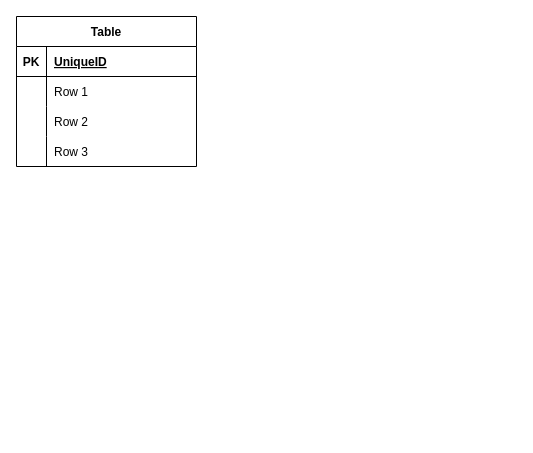
This is ER.drawio from nishimiyu0313/yamadamiyu-checktest1, a draw.io file, before an edit. Source tidied: cells renumbered, new cells numbered last; positions are measured from the earlier drawing's top-left corner, leaving out a move shared by most shapes. Both pictures are drawn from the tidied source at 100%, with x=0, y=0 at pixel (16, 16).
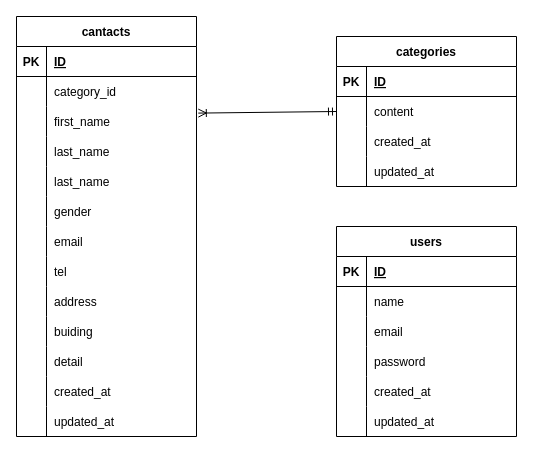
After the change.

Commit message (it also covers changes not shown here):
readmeファイルの変更

Unchanged cells that the change refers to:
```xml
<mxCell id="3" style="shape=tableRow;horizontal=0;startSize=0;swimlaneHead=0;swimlaneBody=0;fillColor=none;top=0;left=0;right=0;bottom=1;" parent="2" vertex="1">
  <mxGeometry y="30" width="180" height="30" as="geometry" />
</mxCell>
<mxCell id="6" style="shape=tableRow;horizontal=0;startSize=0;swimlaneHead=0;swimlaneBody=0;fillColor=none;top=0;left=0;right=0;bottom=0;" parent="2" vertex="1">
  <mxGeometry y="60" width="180" height="30" as="geometry" />
</mxCell>
<mxCell id="9" style="shape=tableRow;horizontal=0;startSize=0;swimlaneHead=0;swimlaneBody=0;fillColor=none;points=[[0,0.5],[1,0.5]];portConstraint=eastwest;top=0;left=0;right=0;bottom=0;" parent="2" vertex="1">
  <mxGeometry y="90" width="180" height="30" as="geometry" />
</mxCell>
<mxCell id="12" style="shape=tableRow;horizontal=0;startSize=0;swimlaneHead=0;swimlaneBody=0;fillColor=none;top=0;left=0;right=0;bottom=0;" parent="2" vertex="1">
  <mxGeometry y="120" width="180" height="30" as="geometry" />
</mxCell>
```

What changed in the source:
```diff
@@
-    <mxCell id="2" value="Table" style="shape=table;startSize=30;childLayout=tableLayout;rowLines=0;fontStyle=1;align=center;" parent="1" vertex="1">
-      <mxGeometry width="180" height="150" as="geometry" />
+    <mxCell id="2" value="cantacts" style="shape=table;startSize=30;childLayout=tableLayout;rowLines=0;fontStyle=1;align=center;" parent="1" vertex="1">
+      <mxGeometry width="180" height="420" as="geometry" />
     </mxCell>
@@
-    <mxCell id="5" value="UniqueID" style="shape=partialRectangle;fillColor=none;top=0;left=0;bottom=0;right=0;align=left;spacingLeft=6;fontStyle=5;overflow=hidden;" parent="3" vertex="1">
+    <mxCell id="5" value="ID" style="shape=partialRectangle;fillColor=none;top=0;left=0;bottom=0;right=0;align=left;spacingLeft=6;fontStyle=5;overflow=hidden;" parent="3" vertex="1">
       <mxGeometry x="30" width="150" height="30" as="geometry" />
     </mxCell>
@@
-    <mxCell id="8" value="Row 1" style="shape=partialRectangle;fillColor=none;top=0;left=0;bottom=0;right=0;align=left;spacingLeft=6;overflow=hidden;" parent="6" vertex="1">
+    <mxCell id="8" value="category_id" style="shape=partialRectangle;fillColor=none;top=0;left=0;bottom=0;right=0;align=left;spacingLeft=6;overflow=hidden;" parent="6" vertex="1">
       <mxGeometry x="30" width="150" height="30" as="geometry" />
     </mxCell>
@@
-    <mxCell id="11" value="Row 2" style="shape=partialRectangle;fillColor=none;top=0;left=0;bottom=0;right=0;align=left;spacingLeft=6;overflow=hidden;" parent="9" vertex="1">
+    <mxCell id="11" value="first_name" style="shape=partialRectangle;fillColor=none;top=0;left=0;bottom=0;right=0;align=left;spacingLeft=6;overflow=hidden;" parent="9" vertex="1">
       <mxGeometry x="30" width="150" height="30" as="geometry" />
     </mxCell>
@@
-    <mxCell id="14" value="Row 3" style="shape=partialRectangle;fillColor=none;top=0;left=0;bottom=0;right=0;align=left;spacingLeft=6;overflow=hidden;" parent="12" vertex="1">
+    <mxCell id="14" value="last_name" style="shape=partialRectangle;fillColor=none;top=0;left=0;bottom=0;right=0;align=left;spacingLeft=6;overflow=hidden;" parent="12" vertex="1">
       <mxGeometry x="30" width="150" height="30" as="geometry" />
     </mxCell>
+    <mxCell id="15" style="shape=tableRow;horizontal=0;startSize=0;swimlaneHead=0;swimlaneBody=0;fillColor=none;top=0;left=0;right=0;bottom=0;" parent="2" vertex="1">
+      <mxGeometry y="150" width="180" height="30" as="geometry" />
+    </mxCell>
+    <mxCell id="16" style="shape=partialRectangle;fillColor=none;top=0;left=0;bottom=0;right=0;overflow=hidden;" parent="15" vertex="1">
+      <mxGeometry width="30" height="30" as="geometry" />
+    </mxCell>
+    <mxCell id="17" value="last_name" style="shape=partialRectangle;fillColor=none;top=0;left=0;bottom=0;right=0;align=left;spacingLeft=6;overflow=hidden;" parent="15" vertex="1">
+      <mxGeometry x="30" width="150" height="30" as="geometry" />
+    </mxCell>
+    <mxCell id="18" style="shape=tableRow;horizontal=0;startSize=0;swimlaneHead=0;swimlaneBody=0;fillColor=none;top=0;left=0;right=0;bottom=0;" parent="2" vertex="1">
+      <mxGeometry y="180" width="180" height="30" as="geometry" />
+    </mxCell>
+    <mxCell id="19" style="shape=partialRectangle;fillColor=none;top=0;left=0;bottom=0;right=0;overflow=hidden;" parent="18" vertex="1">
+      <mxGeometry width="30" height="30" as="geometry" />
+    </mxCell>
+    <mxCell id="20" value="gender" style="shape=partialRectangle;fillColor=none;top=0;left=0;bottom=0;right=0;align=left;spacingLeft=6;overflow=hidden;" parent="18" vertex="1">
+      <mxGeometry x="30" width="150" height="30" as="geometry" />
+    </mxCell>
+    <mxCell id="21" style="shape=tableRow;horizontal=0;startSize=0;swimlaneHead=0;swimlaneBody=0;fillColor=none;top=0;left=0;right=0;bottom=0;" parent="2" vertex="1">
+      <mxGeometry y="210" width="180" height="30" as="geometry" />
+    </mxCell>
+    <mxCell id="22" style="shape=partialRectangle;fillColor=none;top=0;left=0;bottom=0;right=0;overflow=hidden;" parent="21" vertex="1">
+      <mxGeometry width="30" height="30" as="geometry" />
+    </mxCell>
+    <mxCell id="23" value="email" style="shape=partialRectangle;fillColor=none;top=0;left=0;bottom=0;right=0;align=left;spacingLeft=6;overflow=hidden;" parent="21" vertex="1">
+      <mxGeometry x="30" width="150" height="30" as="geometry" />
+    </mxCell>
+    <mxCell id="24" style="shape=tableRow;horizontal=0;startSize=0;swimlaneHead=0;swimlaneBody=0;fillColor=none;top=0;left=0;right=0;bottom=0;" parent="2" vertex="1">
+      <mxGeometry y="240" width="180" height="30" as="geometry" />
+    </mxCell>
+    <mxCell id="25" style="shape=partialRectangle;fillColor=none;top=0;left=0;bottom=0;right=0;overflow=hidden;" parent="24" vertex="1">
+      <mxGeometry width="30" height="30" as="geometry" />
+    </mxCell>
+    <mxCell id="26" value="tel" style="shape=partialRectangle;fillColor=none;top=0;left=0;bottom=0;right=0;align=left;spacingLeft=6;overflow=hidden;" parent="24" vertex="1">
+      <mxGeometry x="30" width="150" height="30" as="geometry" />
+    </mxCell>
+    <mxCell id="27" style="shape=tableRow;horizontal=0;startSize=0;swimlaneHead=0;swimlaneBody=0;fillColor=none;top=0;left=0;right=0;bottom=0;" parent="2" vertex="1">
+      <mxGeometry y="270" width="180" height="30" as="geometry" />
+    </mxCell>
+    <mxCell id="28" style="shape=partialRectangle;fillColor=none;top=0;left=0;bottom=0;right=0;overflow=hidden;" parent="27" vertex="1">
+      <mxGeometry width="30" height="30" as="geometry" />
+    </mxCell>
+    <mxCell id="29" value="address" style="shape=partialRectangle;fillColor=none;top=0;left=0;bottom=0;right=0;align=left;spacingLeft=6;overflow=hidden;" parent="27" vertex="1">
+      <mxGeometry x="30" width="150" height="30" as="geometry" />
+    </mxCell>
+    <mxCell id="30" style="shape=tableRow;horizontal=0;startSize=0;swimlaneHead=0;swimlaneBody=0;fillColor=none;top=0;left=0;right=0;bottom=0;" parent="2" vertex="1">
+      <mxGeometry y="300" width="180" height="30" as="geometry" />
+    </mxCell>
+    <mxCell id="31" style="shape=partialRectangle;fillColor=none;top=0;left=0;bottom=0;right=0;overflow=hidden;" parent="30" vertex="1">
+      <mxGeometry width="30" height="30" as="geometry" />
+    </mxCell>
+    <mxCell id="32" value="buiding" style="shape=partialRectangle;fillColor=none;top=0;left=0;bottom=0;right=0;align=left;spacingLeft=6;overflow=hidden;" parent="30" vertex="1">
+      <mxGeometry x="30" width="150" height="30" as="geometry" />
+    </mxCell>
+    <mxCell id="33" style="shape=tableRow;horizontal=0;startSize=0;swimlaneHead=0;swimlaneBody=0;fillColor=none;top=0;left=0;right=0;bottom=0;" parent="2" vertex="1">
+      <mxGeometry y="330" width="180" height="30" as="geometry" />
+    </mxCell>
+    <mxCell id="34" style="shape=partialRectangle;fillColor=none;top=0;left=0;bottom=0;right=0;overflow=hidden;" parent="33" vertex="1">
+      <mxGeometry width="30" height="30" as="geometry" />
+    </mxCell>
+    <mxCell id="35" value="detail" style="shape=partialRectangle;fillColor=none;top=0;left=0;bottom=0;right=0;align=left;spacingLeft=6;overflow=hidden;" parent="33" vertex="1">
+      <mxGeometry x="30" width="150" height="30" as="geometry" />
+    </mxCell>
+    <mxCell id="36" style="shape=tableRow;horizontal=0;startSize=0;swimlaneHead=0;swimlaneBody=0;fillColor=none;top=0;left=0;right=0;bottom=0;" parent="2" vertex="1">
+      <mxGeometry y="360" width="180" height="30" as="geometry" />
+    </mxCell>
+    <mxCell id="37" style="shape=partialRectangle;fillColor=none;top=0;left=0;bottom=0;right=0;overflow=hidden;" parent="36" vertex="1">
+      <mxGeometry width="30" height="30" as="geometry" />
+    </mxCell>
+    <mxCell id="38" value="created_at" style="shape=partialRectangle;fillColor=none;top=0;left=0;bottom=0;right=0;align=left;spacingLeft=6;overflow=hidden;" parent="36" vertex="1">
+      <mxGeometry x="30" width="150" height="30" as="geometry" />
+    </mxCell>
+    <mxCell id="39" style="shape=tableRow;horizontal=0;startSize=0;swimlaneHead=0;swimlaneBody=0;fillColor=none;top=0;left=0;right=0;bottom=0;" parent="2" vertex="1">
+      <mxGeometry y="390" width="180" height="30" as="geometry" />
+    </mxCell>
+    <mxCell id="40" style="shape=partialRectangle;fillColor=none;top=0;left=0;bottom=0;right=0;overflow=hidden;" parent="39" vertex="1">
+      <mxGeometry width="30" height="30" as="geometry" />
+    </mxCell>
+    <mxCell id="41" value="updated_at" style="shape=partialRectangle;fillColor=none;top=0;left=0;bottom=0;right=0;align=left;spacingLeft=6;overflow=hidden;" parent="39" vertex="1">
+      <mxGeometry x="30" width="150" height="30" as="geometry" />
+    </mxCell>
+    <mxCell id="42" value="categories" style="shape=table;startSize=30;childLayout=tableLayout;rowLines=0;fontStyle=1;align=center;" parent="1" vertex="1">
+      <mxGeometry x="320" y="20" width="180" height="150" as="geometry" />
+    </mxCell>
+    <mxCell id="43" style="shape=tableRow;horizontal=0;startSize=0;swimlaneHead=0;swimlaneBody=0;fillColor=none;top=0;left=0;right=0;bottom=1;" parent="42" vertex="1">
+      <mxGeometry y="30" width="180" height="30" as="geometry" />
+    </mxCell>
+    <mxCell id="44" value="PK" style="shape=partialRectangle;fillColor=none;top=0;left=0;bottom=0;right=0;fontStyle=1;overflow=hidden;" parent="43" vertex="1">
+      <mxGeometry width="30" height="30" as="geometry" />
+    </mxCell>
+    <mxCell id="45" value="ID" style="shape=partialRectangle;fillColor=none;top=0;left=0;bottom=0;right=0;align=left;spacingLeft=6;fontStyle=5;overflow=hidden;" parent="43" vertex="1">
+      <mxGeometry x="30" width="150" height="30" as="geometry" />
+    </mxCell>
+    <mxCell id="46" style="shape=tableRow;horizontal=0;startSize=0;swimlaneHead=0;swimlaneBody=0;fillColor=none;points=[[0,0.5],[1,0.5]];portConstraint=eastwest;top=0;left=0;right=0;bottom=0;" parent="42" vertex="1">
+      <mxGeometry y="60" width="180" height="30" as="geometry" />
+    </mxCell>
+    <mxCell id="47" style="shape=partialRectangle;fillColor=none;top=0;left=0;bottom=0;right=0;overflow=hidden;" parent="46" vertex="1">
+      <mxGeometry width="30" height="30" as="geometry" />
+    </mxCell>
+    <mxCell id="48" value="content" style="shape=partialRectangle;fillColor=none;top=0;left=0;bottom=0;right=0;align=left;spacingLeft=6;overflow=hidden;" parent="46" vertex="1">
+      <mxGeometry x="30" width="150" height="30" as="geometry" />
+    </mxCell>
+    <mxCell id="49" style="shape=tableRow;horizontal=0;startSize=0;swimlaneHead=0;swimlaneBody=0;fillColor=none;top=0;left=0;right=0;bottom=0;" parent="42" vertex="1">
+      <mxGeometry y="90" width="180" height="30" as="geometry" />
+    </mxCell>
+    <mxCell id="50" style="shape=partialRectangle;fillColor=none;top=0;left=0;bottom=0;right=0;overflow=hidden;" parent="49" vertex="1">
+      <mxGeometry width="30" height="30" as="geometry" />
+    </mxCell>
+    <mxCell id="51" value="created_at" style="shape=partialRectangle;fillColor=none;top=0;left=0;bottom=0;right=0;align=left;spacingLeft=6;overflow=hidden;" parent="49" vertex="1">
+      <mxGeometry x="30" width="150" height="30" as="geometry" />
+    </mxCell>
+    <mxCell id="52" style="shape=tableRow;horizontal=0;startSize=0;swimlaneHead=0;swimlaneBody=0;fillColor=none;top=0;left=0;right=0;bottom=0;" parent="42" vertex="1">
+      <mxGeometry y="120" width="180" height="30" as="geometry" />
+    </mxCell>
+    <mxCell id="53" style="shape=partialRectangle;fillColor=none;top=0;left=0;bottom=0;right=0;overflow=hidden;" parent="52" vertex="1">
+      <mxGeometry width="30" height="30" as="geometry" />
+    </mxCell>
+    <mxCell id="54" value="updated_at" style="shape=partialRectangle;fillColor=none;top=0;left=0;bottom=0;right=0;align=left;spacingLeft=6;overflow=hidden;" parent="52" vertex="1">
+      <mxGeometry x="30" width="150" height="30" as="geometry" />
+    </mxCell>
+    <mxCell id="55" style="fontSize=12;html=1;endArrow=ERoneToMany;startArrow=ERmandOne;exitX=0;exitY=0.5;exitDx=0;exitDy=0;entryX=1.01;entryY=0.22;entryDx=0;entryDy=0;entryPerimeter=0;" parent="1" edge="1" source="46" target="9">
+      <mxGeometry relative="1" as="geometry" />
+    </mxCell>
+    <mxCell id="56" value="users" style="shape=table;startSize=30;childLayout=tableLayout;rowLines=0;fontStyle=1;align=center;" parent="1" vertex="1">
+      <mxGeometry x="320" y="210" width="180" height="210" as="geometry" />
+    </mxCell>
+    <mxCell id="57" style="shape=tableRow;horizontal=0;startSize=0;swimlaneHead=0;swimlaneBody=0;fillColor=none;top=0;left=0;right=0;bottom=1;" parent="56" vertex="1">
+      <mxGeometry y="30" width="180" height="30" as="geometry" />
+    </mxCell>
+    <mxCell id="58" value="PK" style="shape=partialRectangle;fillColor=none;top=0;left=0;bottom=0;right=0;fontStyle=1;overflow=hidden;" parent="57" vertex="1">
+      <mxGeometry width="30" height="30" as="geometry" />
+    </mxCell>
+    <mxCell id="59" value="ID" style="shape=partialRectangle;fillColor=none;top=0;left=0;bottom=0;right=0;align=left;spacingLeft=6;fontStyle=5;overflow=hidden;" parent="57" vertex="1">
+      <mxGeometry x="30" width="150" height="30" as="geometry" />
+    </mxCell>
+    <mxCell id="60" style="shape=tableRow;horizontal=0;startSize=0;swimlaneHead=0;swimlaneBody=0;fillColor=none;top=0;left=0;right=0;bottom=0;" parent="56" vertex="1">
+      <mxGeometry y="60" width="180" height="30" as="geometry" />
+    </mxCell>
+    <mxCell id="61" style="shape=partialRectangle;fillColor=none;top=0;left=0;bottom=0;right=0;overflow=hidden;" parent="60" vertex="1">
+      <mxGeometry width="30" height="30" as="geometry" />
+    </mxCell>
+    <mxCell id="62" value="name" style="shape=partialRectangle;fillColor=none;top=0;left=0;bottom=0;right=0;align=left;spacingLeft=6;overflow=hidden;" parent="60" vertex="1">
+      <mxGeometry x="30" width="150" height="30" as="geometry" />
+    </mxCell>
+    <mxCell id="63" style="shape=tableRow;horizontal=0;startSize=0;swimlaneHead=0;swimlaneBody=0;fillColor=none;top=0;left=0;right=0;bottom=0;" parent="56" vertex="1">
+      <mxGeometry y="90" width="180" height="30" as="geometry" />
+    </mxCell>
+    <mxCell id="64" style="shape=partialRectangle;fillColor=none;top=0;left=0;bottom=0;right=0;overflow=hidden;" parent="63" vertex="1">
+      <mxGeometry width="30" height="30" as="geometry" />
+    </mxCell>
+    <mxCell id="65" value="email" style="shape=partialRectangle;fillColor=none;top=0;left=0;bottom=0;right=0;align=left;spacingLeft=6;overflow=hidden;" parent="63" vertex="1">
+      <mxGeometry x="30" width="150" height="30" as="geometry" />
+    </mxCell>
+    <mxCell id="66" style="shape=tableRow;horizontal=0;startSize=0;swimlaneHead=0;swimlaneBody=0;fillColor=none;top=0;left=0;right=0;bottom=0;" parent="56" vertex="1">
+      <mxGeometry y="120" width="180" height="30" as="geometry" />
+    </mxCell>
+    <mxCell id="67" style="shape=partialRectangle;fillColor=none;top=0;left=0;bottom=0;right=0;overflow=hidden;" parent="66" vertex="1">
+      <mxGeometry width="30" height="30" as="geometry" />
+    </mxCell>
+    <mxCell id="68" value="password" style="shape=partialRectangle;fillColor=none;top=0;left=0;bottom=0;right=0;align=left;spacingLeft=6;overflow=hidden;" parent="66" vertex="1">
+      <mxGeometry x="30" width="150" height="30" as="geometry" />
+    </mxCell>
+    <mxCell id="69" style="shape=tableRow;horizontal=0;startSize=0;swimlaneHead=0;swimlaneBody=0;fillColor=none;top=0;left=0;right=0;bottom=0;" parent="56" vertex="1">
+      <mxGeometry y="150" width="180" height="30" as="geometry" />
+    </mxCell>
+    <mxCell id="70" style="shape=partialRectangle;fillColor=none;top=0;left=0;bottom=0;right=0;overflow=hidden;" parent="69" vertex="1">
+      <mxGeometry width="30" height="30" as="geometry" />
+    </mxCell>
+    <mxCell id="71" value="created_at" style="shape=partialRectangle;fillColor=none;top=0;left=0;bottom=0;right=0;align=left;spacingLeft=6;overflow=hidden;" parent="69" vertex="1">
+      <mxGeometry x="30" width="150" height="30" as="geometry" />
+    </mxCell>
+    <mxCell id="72" style="shape=tableRow;horizontal=0;startSize=0;swimlaneHead=0;swimlaneBody=0;fillColor=none;top=0;left=0;right=0;bottom=0;" parent="56" vertex="1">
+      <mxGeometry y="180" width="180" height="30" as="geometry" />
+    </mxCell>
+    <mxCell id="73" style="shape=partialRectangle;fillColor=none;top=0;left=0;bottom=0;right=0;overflow=hidden;" parent="72" vertex="1">
+      <mxGeometry width="30" height="30" as="geometry" />
+    </mxCell>
+    <mxCell id="74" value="updated_at" style="shape=partialRectangle;fillColor=none;top=0;left=0;bottom=0;right=0;align=left;spacingLeft=6;overflow=hidden;" parent="72" vertex="1">
+      <mxGeometry x="30" width="150" height="30" as="geometry" />
+    </mxCell>
```
